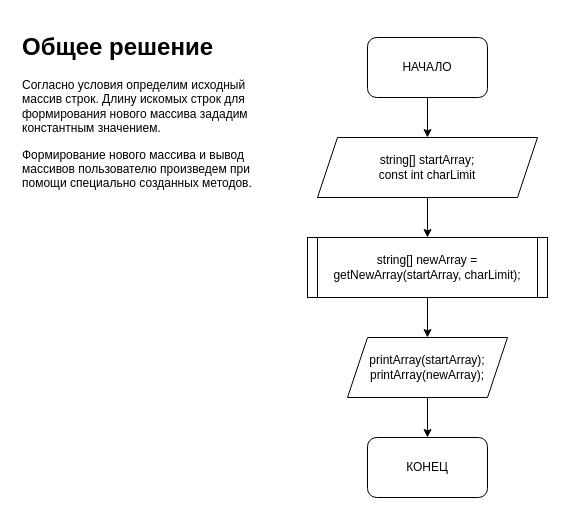
The draw.io diagram Main.drawio in jokerjam-s/GB_ControlWork_001, before the edit. Source tidied: cells renumbered, new cells numbered last; positions are measured from the earlier drawing's top-left corner, leaving out a move shared by most shapes. Both pictures are drawn from the tidied source at 100%, with x=0, y=0 at pixel (17, 27).
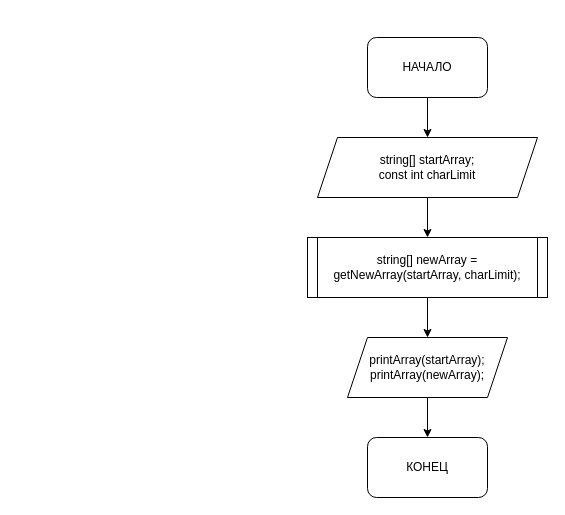
The same page after the edit.

What changed in the source:
```diff
@@
 <mxGraphModel>
   <root>
     <mxCell id="0" />
     <mxCell id="1" parent="0" />
     <mxCell id="2" style="edgeStyle=orthogonalEdgeStyle;rounded=0;jettySize=auto;html=1;exitX=0.5;exitY=1;exitDx=0;exitDy=0;entryX=0.5;entryY=0;entryDx=0;entryDy=0;" parent="1" edge="1" source="3" target="5">
       <mxGeometry relative="1" as="geometry" />
     </mxCell>
     <mxCell id="3" value="НАЧАЛО" style="rounded=1;whiteSpace=wrap;html=1;" parent="1" vertex="1">
       <mxGeometry x="350" y="10" width="120" height="60" as="geometry" />
     </mxCell>
     <mxCell id="4" style="edgeStyle=orthogonalEdgeStyle;rounded=0;jettySize=auto;html=1;exitX=0.5;exitY=1;exitDx=0;exitDy=0;entryX=0.5;entryY=0;entryDx=0;entryDy=0;" parent="1" edge="1" source="5" target="7">
       <mxGeometry relative="1" as="geometry" />
     </mxCell>
     <mxCell id="5" value="string[] startArray;&lt;br&gt;const int charLimit" style="shape=parallelogram;perimeter=parallelogramPerimeter;whiteSpace=wrap;html=1;fixedSize=1;" parent="1" vertex="1">
       <mxGeometry x="300" y="110" width="220" height="60" as="geometry" />
     </mxCell>
     <mxCell id="6" style="edgeStyle=orthogonalEdgeStyle;rounded=0;jettySize=auto;html=1;entryX=0.5;entryY=0;entryDx=0;entryDy=0;" parent="1" edge="1" source="7" target="10">
       <mxGeometry relative="1" as="geometry" />
     </mxCell>
     <mxCell id="7" value="string[] newArray = getNewArray(startArray, charLimit);" style="shape=process;whiteSpace=wrap;html=1;backgroundOutline=1;size=0.041666666666666664;" parent="1" vertex="1">
       <mxGeometry x="290" y="210" width="240" height="60" as="geometry" />
     </mxCell>
     <mxCell id="8" value="КОНЕЦ" style="rounded=1;whiteSpace=wrap;html=1;" parent="1" vertex="1">
       <mxGeometry x="350" y="410" width="120" height="60" as="geometry" />
     </mxCell>
     <mxCell id="9" style="edgeStyle=orthogonalEdgeStyle;rounded=0;jettySize=auto;html=1;exitX=0.5;exitY=1;exitDx=0;exitDy=0;entryX=0.5;entryY=0;entryDx=0;entryDy=0;" parent="1" edge="1" source="10" target="8">
       <mxGeometry relative="1" as="geometry" />
     </mxCell>
     <mxCell id="10" value="printArray(startArray);&lt;br&gt;printArray(newArray);" style="shape=parallelogram;perimeter=parallelogramPerimeter;whiteSpace=wrap;html=1;fixedSize=1;" parent="1" vertex="1">
       <mxGeometry x="330" y="310" width="160" height="60" as="geometry" />
     </mxCell>
-    <mxCell id="11" value="&lt;h1&gt;Общее решение&lt;/h1&gt;&lt;p&gt;Согласно условия определим исходный массив строк. Длину искомых строк для формирования нового массива зададим константным значением.&lt;/p&gt;&lt;p&gt;&lt;span style=&quot;background-color: initial;&quot;&gt;Формирование нового массива и вывод&amp;nbsp; массивов пользователю произведем при помощи специально созданных методов.&lt;/span&gt;&lt;/p&gt;" style="text;html=1;strokeColor=none;fillColor=none;spacing=5;spacingTop=-20;whiteSpace=wrap;overflow=hidden;rounded=0;" parent="1" vertex="1">
-      <mxGeometry width="260" height="210" as="geometry" />
-    </mxCell>
   </root>
 </mxGraphModel>
```
